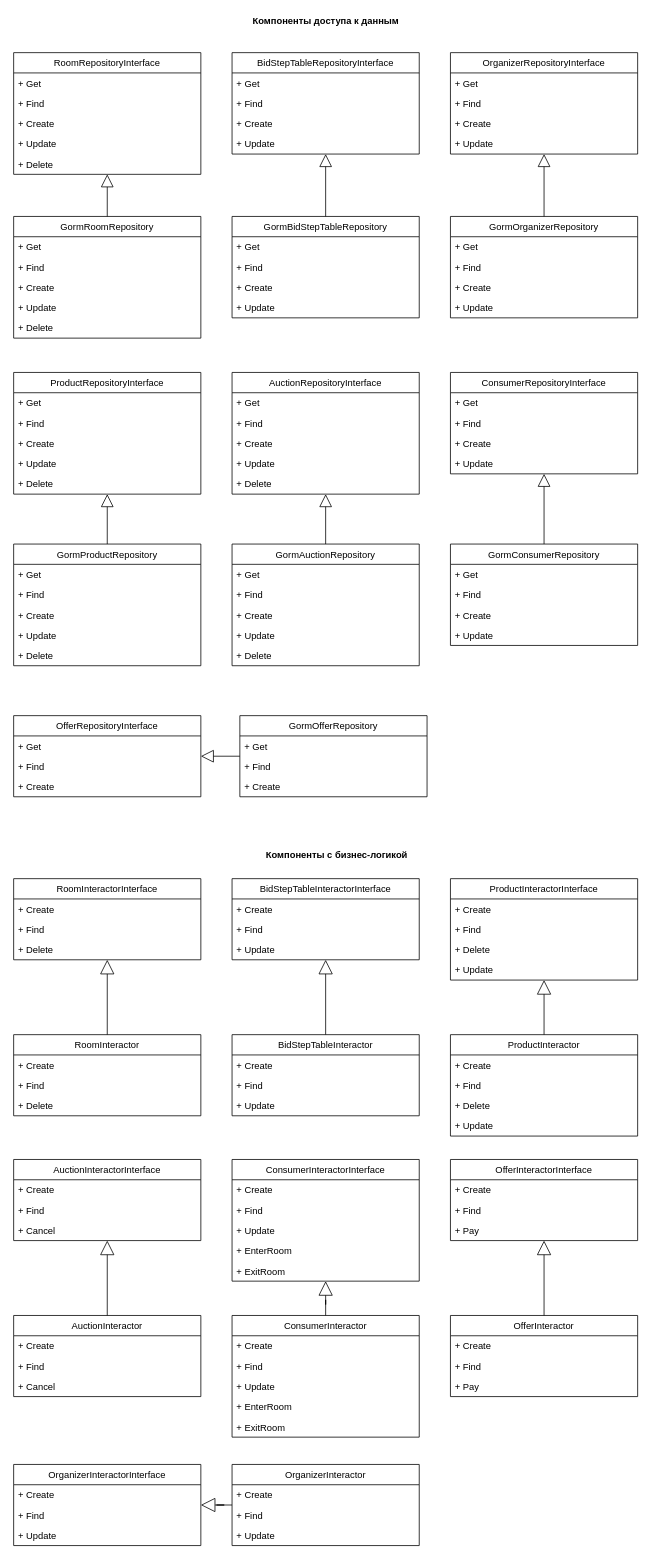
This is docs/uml-lab02-2.drawio from maxhha/iu7-2022-sd-labs, a draw.io file, before an edit. Source tidied: cells renumbered, new cells numbered last; positions are measured from the earlier drawing's top-left corner, leaving out a move shared by most shapes. Both pictures are drawn from the tidied source at 78%, with x=0, y=0 at pixel (13, 13).
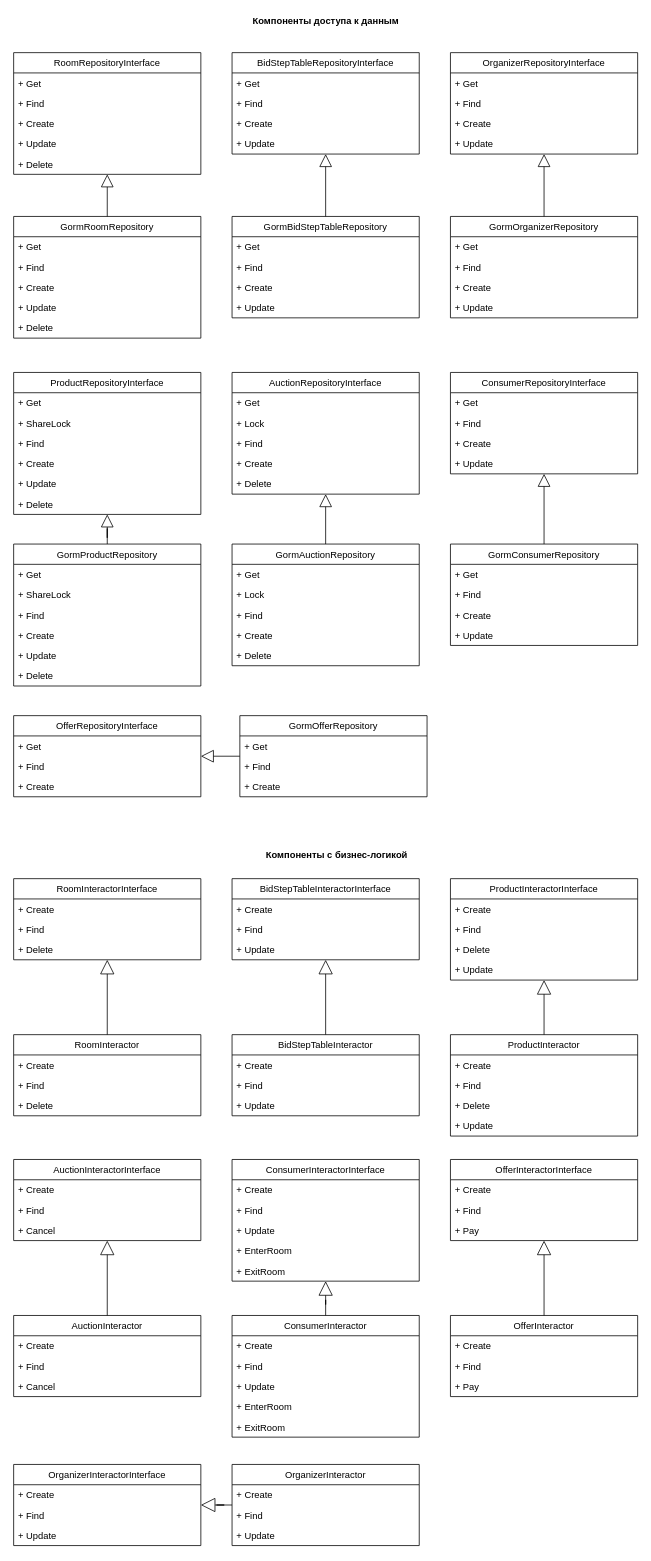
Above is the later version.

Unchanged cells that the change refers to:
```xml
<mxCell id="39" value="AuctionRepositoryInterface" style="swimlane;fontStyle=0;horizontal=1;startSize=26;fillColor=none;" parent="1" vertex="1">
  <mxGeometry x="280" y="460" width="240" height="156" as="geometry" />
</mxCell>
<mxCell id="46" value="GormAuctionRepository" style="swimlane;fontStyle=0;horizontal=1;startSize=26;fillColor=none;" parent="1" vertex="1">
  <mxGeometry x="280" y="680" width="240" height="156" as="geometry" />
</mxCell>
```

Diff of the diagram source:
```diff
@@
     <mxCell id="26" value="ProductRepositoryInterface" style="swimlane;fontStyle=0;horizontal=1;startSize=26;fillColor=none;" parent="1" vertex="1">
-      <mxGeometry y="460" width="240" height="156" as="geometry" />
+      <mxGeometry y="460" width="240" height="182" as="geometry" />
     </mxCell>
@@
+    <mxCell id="154" value="+ ShareLock" style="text;strokeColor=none;fillColor=none;align=left;verticalAlign=top;spacingLeft=4;spacingRight=4;overflow=hidden;" parent="26" vertex="1">
+      <mxGeometry y="52" width="240" height="26" as="geometry" />
+    </mxCell>
     <mxCell id="28" value="+ Find" style="text;strokeColor=none;fillColor=none;align=left;verticalAlign=top;spacingLeft=4;spacingRight=4;overflow=hidden;" parent="26" vertex="1">
-      <mxGeometry y="52" width="240" height="26" as="geometry" />
+      <mxGeometry y="78" width="240" height="26" as="geometry" />
     </mxCell>
     <mxCell id="29" value="+ Create" style="text;strokeColor=none;fillColor=none;align=left;verticalAlign=top;spacingLeft=4;spacingRight=4;overflow=hidden;" parent="26" vertex="1">
-      <mxGeometry y="78" width="240" height="26" as="geometry" />
+      <mxGeometry y="104" width="240" height="26" as="geometry" />
     </mxCell>
     <mxCell id="30" value="+ Update" style="text;strokeColor=none;fillColor=none;align=left;verticalAlign=top;spacingLeft=4;spacingRight=4;overflow=hidden;" parent="26" vertex="1">
-      <mxGeometry y="104" width="240" height="26" as="geometry" />
+      <mxGeometry y="130" width="240" height="26" as="geometry" />
     </mxCell>
     <mxCell id="31" value="+ Delete" style="text;strokeColor=none;fillColor=none;align=left;verticalAlign=top;spacingLeft=4;spacingRight=4;overflow=hidden;" parent="26" vertex="1">
-      <mxGeometry y="130" width="240" height="26" as="geometry" />
+      <mxGeometry y="156" width="240" height="26" as="geometry" />
     </mxCell>
@@
     <mxCell id="33" value="GormProductRepository" style="swimlane;fontStyle=0;horizontal=1;startSize=26;fillColor=none;" parent="1" vertex="1">
-      <mxGeometry y="680" width="240" height="156" as="geometry" />
+      <mxGeometry y="680" width="240" height="182" as="geometry" />
     </mxCell>
@@
+    <mxCell id="155" value="+ ShareLock" style="text;strokeColor=none;fillColor=none;align=left;verticalAlign=top;spacingLeft=4;spacingRight=4;overflow=hidden;" parent="33" vertex="1">
+      <mxGeometry y="52" width="240" height="26" as="geometry" />
+    </mxCell>
     <mxCell id="35" value="+ Find" style="text;strokeColor=none;fillColor=none;align=left;verticalAlign=top;spacingLeft=4;spacingRight=4;overflow=hidden;" parent="33" vertex="1">
-      <mxGeometry y="52" width="240" height="26" as="geometry" />
+      <mxGeometry y="78" width="240" height="26" as="geometry" />
     </mxCell>
     <mxCell id="36" value="+ Create" style="text;strokeColor=none;fillColor=none;align=left;verticalAlign=top;spacingLeft=4;spacingRight=4;overflow=hidden;" parent="33" vertex="1">
-      <mxGeometry y="78" width="240" height="26" as="geometry" />
+      <mxGeometry y="104" width="240" height="26" as="geometry" />
     </mxCell>
     <mxCell id="37" value="+ Update" style="text;strokeColor=none;fillColor=none;align=left;verticalAlign=top;spacingLeft=4;spacingRight=4;overflow=hidden;" parent="33" vertex="1">
-      <mxGeometry y="104" width="240" height="26" as="geometry" />
+      <mxGeometry y="130" width="240" height="26" as="geometry" />
     </mxCell>
     <mxCell id="38" value="+ Delete" style="text;strokeColor=none;fillColor=none;align=left;verticalAlign=top;spacingLeft=4;spacingRight=4;overflow=hidden;" parent="33" vertex="1">
-      <mxGeometry y="130" width="240" height="26" as="geometry" />
+      <mxGeometry y="156" width="240" height="26" as="geometry" />
     </mxCell>
@@
+    <mxCell id="43" value="+ Lock" style="text;strokeColor=none;fillColor=none;align=left;verticalAlign=top;spacingLeft=4;spacingRight=4;overflow=hidden;" parent="39" vertex="1">
+      <mxGeometry y="52" width="240" height="26" as="geometry" />
+    </mxCell>
     <mxCell id="41" value="+ Find" style="text;strokeColor=none;fillColor=none;align=left;verticalAlign=top;spacingLeft=4;spacingRight=4;overflow=hidden;" parent="39" vertex="1">
-      <mxGeometry y="52" width="240" height="26" as="geometry" />
+      <mxGeometry y="78" width="240" height="26" as="geometry" />
     </mxCell>
     <mxCell id="42" value="+ Create" style="text;strokeColor=none;fillColor=none;align=left;verticalAlign=top;spacingLeft=4;spacingRight=4;overflow=hidden;" parent="39" vertex="1">
-      <mxGeometry y="78" width="240" height="26" as="geometry" />
+      <mxGeometry y="104" width="240" height="26" as="geometry" />
     </mxCell>
-    <mxCell id="43" value="+ Update" style="text;strokeColor=none;fillColor=none;align=left;verticalAlign=top;spacingLeft=4;spacingRight=4;overflow=hidden;" parent="39" vertex="1">
-      <mxGeometry y="104" width="240" height="26" as="geometry" />
-    </mxCell>
@@
+    <mxCell id="50" value="+ Lock" style="text;strokeColor=none;fillColor=none;align=left;verticalAlign=top;spacingLeft=4;spacingRight=4;overflow=hidden;" parent="46" vertex="1">
+      <mxGeometry y="52" width="240" height="26" as="geometry" />
+    </mxCell>
     <mxCell id="48" value="+ Find" style="text;strokeColor=none;fillColor=none;align=left;verticalAlign=top;spacingLeft=4;spacingRight=4;overflow=hidden;" parent="46" vertex="1">
-      <mxGeometry y="52" width="240" height="26" as="geometry" />
+      <mxGeometry y="78" width="240" height="26" as="geometry" />
     </mxCell>
     <mxCell id="49" value="+ Create" style="text;strokeColor=none;fillColor=none;align=left;verticalAlign=top;spacingLeft=4;spacingRight=4;overflow=hidden;" parent="46" vertex="1">
-      <mxGeometry y="78" width="240" height="26" as="geometry" />
+      <mxGeometry y="104" width="240" height="26" as="geometry" />
     </mxCell>
-    <mxCell id="50" value="+ Update" style="text;strokeColor=none;fillColor=none;align=left;verticalAlign=top;spacingLeft=4;spacingRight=4;overflow=hidden;" parent="46" vertex="1">
-      <mxGeometry y="104" width="240" height="26" as="geometry" />
-    </mxCell>
```
